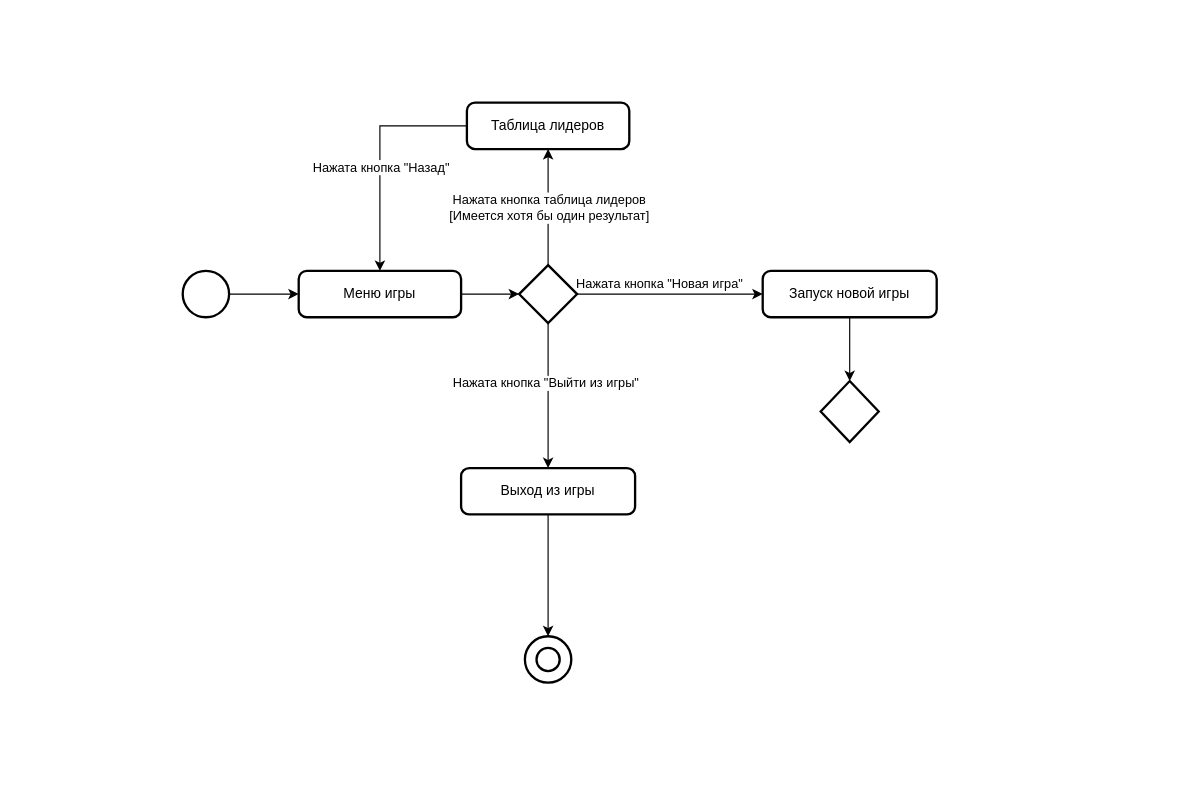
The draw.io diagram lab3.drawio in duahifnv/SystemsArchitecture, before the edit. Source tidied: cells renumbered, new cells numbered last; positions are measured from the earlier drawing's top-left corner, leaving out a move shared by most shapes. Both pictures are drawn from the tidied source at 116%, with x=0, y=0 at pixel (182, 102).
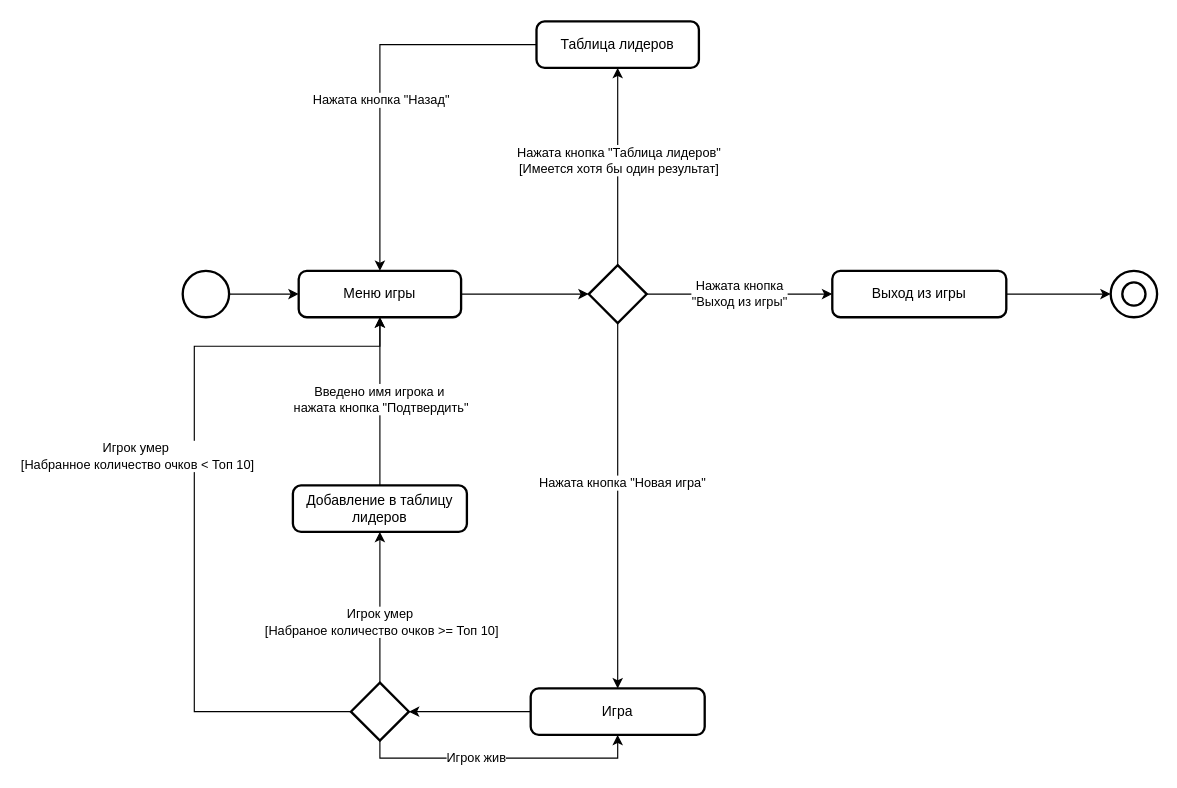
Above is the later version.

The change refers to these unchanged cells:
```xml
<mxCell id="4" value="Меню игры" style="rounded=1;whiteSpace=wrap;html=1;absoluteArcSize=1;arcSize=14;strokeWidth=2;" parent="1" vertex="1">
  <mxGeometry x="100" y="145" width="140" height="40" as="geometry" />
</mxCell>
```

What changed in the source:
```diff
@@
-    <mxCell id="5" value="Запуск новой игры" style="rounded=1;whiteSpace=wrap;html=1;absoluteArcSize=1;arcSize=14;strokeWidth=2;" parent="1" vertex="1">
-      <mxGeometry x="500" y="145" width="150" height="40" as="geometry" />
+    <mxCell id="5" value="Игра" style="rounded=1;whiteSpace=wrap;html=1;absoluteArcSize=1;arcSize=14;strokeWidth=2;" parent="1" vertex="1">
+      <mxGeometry x="300" y="505" width="150" height="40" as="geometry" />
     </mxCell>
+    <mxCell id="10" style="edgeStyle=orthogonalEdgeStyle;rounded=0;jettySize=auto;html=1;entryX=0.5;entryY=1;entryDx=0;entryDy=0;" parent="1" edge="1" source="12" target="17">
+      <mxGeometry relative="1" as="geometry" />
+    </mxCell>
+    <mxCell id="11" value="Нажата кнопка &quot;Таблица лидеров&quot;&lt;div&gt;[Имеется хотя бы один результат]&lt;/div&gt;" style="edgeLabel;html=1;align=center;verticalAlign=middle;" parent="10" vertex="1">
+      <mxGeometry x="0.16" y="4" relative="1" as="geometry">
+        <mxPoint x="4" y="8" as="offset" />
+      </mxGeometry>
+    </mxCell>
-    <mxCell id="6" style="edgeStyle=orthogonalEdgeStyle;rounded=0;jettySize=auto;html=1;entryX=0;entryY=0.5;entryDx=0;entryDy=0;" parent="1" edge="1" source="12" target="5">
+    <mxCell id="6" style="edgeStyle=orthogonalEdgeStyle;rounded=0;jettySize=auto;html=1;entryX=0.5;entryY=0;entryDx=0;entryDy=0;" parent="1" edge="1" source="12" target="5">
       <mxGeometry relative="1" as="geometry" />
     </mxCell>
     <mxCell id="7" value="Нажата кнопка &quot;Новая игра&quot;" style="edgeLabel;html=1;align=center;verticalAlign=middle;" parent="6" vertex="1">
-      <mxGeometry x="-0.29" y="-1" relative="1" as="geometry">
-        <mxPoint x="13" y="-11" as="offset" />
-      </mxGeometry>
+      <mxGeometry x="-0.13" y="3" relative="1" as="geometry" />
     </mxCell>
-    <mxCell id="8" style="edgeStyle=orthogonalEdgeStyle;rounded=0;jettySize=auto;html=1;exitX=0.5;exitY=1;exitDx=0;exitDy=0;exitPerimeter=0;" parent="1" edge="1" source="12" target="14">
+    <mxCell id="8" style="edgeStyle=orthogonalEdgeStyle;rounded=0;jettySize=auto;html=1;entryX=0;entryY=0.5;entryDx=0;entryDy=0;" parent="1" edge="1" source="12" target="14">
       <mxGeometry relative="1" as="geometry" />
     </mxCell>
-    <mxCell id="9" value="Нажата кнопка &quot;Выйти из игры&quot;" style="edgeLabel;html=1;align=center;verticalAlign=middle;" parent="8" vertex="1">
-      <mxGeometry x="-0.19" y="-3" relative="1" as="geometry" />
-    </mxCell>
-    <mxCell id="10" style="edgeStyle=orthogonalEdgeStyle;rounded=0;jettySize=auto;html=1;entryX=0.5;entryY=1;entryDx=0;entryDy=0;" parent="1" edge="1" source="12" target="17">
-      <mxGeometry relative="1" as="geometry" />
-    </mxCell>
-    <mxCell id="11" value="Нажата кнопка таблица лидеров&lt;div&gt;[Имеется хотя бы один результат]&lt;/div&gt;" style="edgeLabel;html=1;align=center;verticalAlign=middle;" parent="10" vertex="1">
-      <mxGeometry x="0.16" y="4" relative="1" as="geometry">
-        <mxPoint x="4" y="8" as="offset" />
-      </mxGeometry>
-    </mxCell>
+    <mxCell id="23" value="Нажата кнопка&lt;div&gt;&quot;Выход из игры&quot;&lt;/div&gt;" style="edgeLabel;html=1;align=center;verticalAlign=middle;" parent="8" vertex="1">
+      <mxGeometry x="-0.01" y="1" relative="1" as="geometry" />
+    </mxCell>
     <mxCell id="12" style="strokeWidth=2;html=1;shape=mxgraph.flowchart.decision;whiteSpace=wrap;" parent="1" vertex="1">
-      <mxGeometry x="290" y="140" width="50" height="50" as="geometry" />
+      <mxGeometry x="350" y="140" width="50" height="50" as="geometry" />
     </mxCell>
@@
     <mxCell id="14" value="Выход из игры" style="rounded=1;whiteSpace=wrap;html=1;absoluteArcSize=1;arcSize=14;strokeWidth=2;" parent="1" vertex="1">
-      <mxGeometry x="240" y="315" width="150" height="40" as="geometry" />
+      <mxGeometry x="560" y="145" width="150" height="40" as="geometry" />
     </mxCell>
@@
     <mxCell id="17" value="Таблица лидеров" style="rounded=1;whiteSpace=wrap;html=1;absoluteArcSize=1;arcSize=14;strokeWidth=2;" parent="1" vertex="1">
-      <mxGeometry x="245" width="140" height="40" as="geometry" />
+      <mxGeometry x="305" y="-70" width="140" height="40" as="geometry" />
     </mxCell>
-    <mxCell id="18" style="strokeWidth=2;html=1;shape=mxgraph.flowchart.decision;whiteSpace=wrap;" parent="1" vertex="1">
-      <mxGeometry x="550" y="240" width="50" height="52.5" as="geometry" />
-    </mxCell>
-    <mxCell id="19" style="edgeStyle=orthogonalEdgeStyle;rounded=0;jettySize=auto;html=1;entryX=0.5;entryY=0;entryDx=0;entryDy=0;entryPerimeter=0;" parent="1" edge="1" source="5" target="18">
-      <mxGeometry relative="1" as="geometry" />
-    </mxCell>
     <mxCell id="20" style="strokeWidth=2;html=1;shape=mxgraph.flowchart.start_2;whiteSpace=wrap;" parent="1" vertex="1">
-      <mxGeometry x="295" y="460" width="40" height="40" as="geometry" />
+      <mxGeometry x="800" y="145" width="40" height="40" as="geometry" />
     </mxCell>
     <mxCell id="21" style="strokeWidth=2;html=1;shape=mxgraph.flowchart.start_2;whiteSpace=wrap;" parent="1" vertex="1">
-      <mxGeometry x="305" y="470" width="20" height="20" as="geometry" />
+      <mxGeometry x="810" y="155" width="20" height="20" as="geometry" />
     </mxCell>
-    <mxCell id="22" style="edgeStyle=orthogonalEdgeStyle;rounded=0;jettySize=auto;html=1;entryX=0.5;entryY=0;entryDx=0;entryDy=0;entryPerimeter=0;" parent="1" edge="1" source="14" target="20">
+    <mxCell id="22" style="edgeStyle=orthogonalEdgeStyle;rounded=0;jettySize=auto;html=1;entryX=0;entryY=0.5;entryDx=0;entryDy=0;entryPerimeter=0;" parent="1" edge="1" source="14" target="20">
       <mxGeometry relative="1" as="geometry" />
     </mxCell>
+    <mxCell id="24" style="edgeStyle=orthogonalEdgeStyle;rounded=0;jettySize=auto;html=1;entryX=0.5;entryY=1;entryDx=0;entryDy=0;" parent="1" edge="1" source="28" target="4">
+      <mxGeometry relative="1" as="geometry">
+        <Array as="points">
+          <mxPoint x="10" y="525" />
+          <mxPoint x="10" y="210" />
+          <mxPoint x="170" y="210" />
+        </Array>
+      </mxGeometry>
+    </mxCell>
+    <mxCell id="25" value="Игрок умер&amp;nbsp;&lt;div&gt;[Набранное количество очков &amp;lt; Топ 10]&lt;/div&gt;" style="edgeLabel;html=1;align=center;verticalAlign=middle;" parent="24" vertex="1">
+      <mxGeometry x="-0.1" relative="1" as="geometry">
+        <mxPoint x="-50" y="-70" as="offset" />
+      </mxGeometry>
+    </mxCell>
+    <mxCell id="26" style="edgeStyle=orthogonalEdgeStyle;rounded=0;jettySize=auto;html=1;entryX=0.5;entryY=1;entryDx=0;entryDy=0;" parent="1" edge="1" source="28" target="5">
+      <mxGeometry relative="1" as="geometry">
+        <Array as="points">
+          <mxPoint x="170" y="565" />
+          <mxPoint x="375" y="565" />
+        </Array>
+      </mxGeometry>
+    </mxCell>
+    <mxCell id="27" value="Игрок жив" style="edgeLabel;html=1;align=center;verticalAlign=middle;" parent="26" vertex="1">
+      <mxGeometry x="-0.19" y="1" relative="1" as="geometry" />
+    </mxCell>
+    <mxCell id="28" style="strokeWidth=2;html=1;shape=mxgraph.flowchart.decision;whiteSpace=wrap;" parent="1" vertex="1">
+      <mxGeometry x="145" y="500" width="50" height="50" as="geometry" />
+    </mxCell>
+    <mxCell id="29" style="edgeStyle=orthogonalEdgeStyle;rounded=0;jettySize=auto;html=1;entryX=1;entryY=0.5;entryDx=0;entryDy=0;entryPerimeter=0;" parent="1" edge="1" source="5" target="28">
+      <mxGeometry relative="1" as="geometry" />
+    </mxCell>
+    <mxCell id="30" style="edgeStyle=orthogonalEdgeStyle;rounded=0;jettySize=auto;html=1;entryX=0.5;entryY=1;entryDx=0;entryDy=0;" parent="1" edge="1" source="32" target="4">
+      <mxGeometry relative="1" as="geometry" />
+    </mxCell>
+    <mxCell id="31" value="Введено имя игрока и&amp;nbsp;&lt;div&gt;нажата кнопка &quot;Подтвердить&quot;&lt;/div&gt;" style="edgeLabel;html=1;align=center;verticalAlign=middle;" parent="30" vertex="1">
+      <mxGeometry x="0.04" relative="1" as="geometry" />
+    </mxCell>
+    <mxCell id="32" value="Добавление в таблицу лидеров" style="rounded=1;whiteSpace=wrap;html=1;absoluteArcSize=1;arcSize=14;strokeWidth=2;" parent="1" vertex="1">
+      <mxGeometry x="95" y="330" width="150" height="40" as="geometry" />
+    </mxCell>
+    <mxCell id="33" style="edgeStyle=orthogonalEdgeStyle;rounded=0;jettySize=auto;html=1;entryX=0.5;entryY=1;entryDx=0;entryDy=0;" parent="1" edge="1" source="28" target="32">
+      <mxGeometry relative="1" as="geometry" />
+    </mxCell>
+    <mxCell id="34" value="Игрок умер&lt;div&gt;&amp;nbsp;[Набраное количество очков &amp;gt;= Топ 10]&lt;/div&gt;" style="edgeLabel;html=1;align=center;verticalAlign=middle;" parent="33" vertex="1">
+      <mxGeometry x="-0.19" y="1" relative="1" as="geometry" />
+    </mxCell>
+    <mxCell id="35" style="edgeStyle=orthogonalEdgeStyle;rounded=0;orthogonalLoop=1;jettySize=auto;html=1;exitX=0.5;exitY=1;exitDx=0;exitDy=0;" parent="1" edge="1" source="14" target="14">
+      <mxGeometry relative="1" as="geometry" />
+    </mxCell>
```
